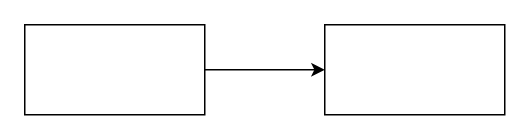
Above: Untitled Diagram.drawio in kaylves/diagram (draw.io), before the change. Source tidied: cells renumbered, new cells numbered last; positions are measured from the earlier drawing's top-left corner, leaving out a move shared by most shapes. Both pictures are drawn from the tidied source at 150%, with x=0, y=0 at pixel (24, 24).
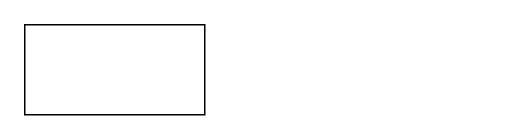
The same page after the edit.

Change to the diagram source:
```diff
@@
 <mxGraphModel>
   <root>
     <mxCell id="0" />
     <mxCell id="1" parent="0" />
-    <mxCell id="2" style="edgeStyle=orthogonalEdgeStyle;rounded=0;jettySize=auto;html=1;entryX=0;entryY=0.5;entryDx=0;entryDy=0;" parent="1" edge="1" source="3" target="4">
-      <mxGeometry relative="1" as="geometry" />
-    </mxCell>
     <mxCell id="3" style="rounded=0;whiteSpace=wrap;html=1;" parent="1" vertex="1">
       <mxGeometry width="120" height="60" as="geometry" />
     </mxCell>
-    <mxCell id="4" style="rounded=0;whiteSpace=wrap;html=1;" parent="1" vertex="1">
-      <mxGeometry x="200" width="120" height="60" as="geometry" />
-    </mxCell>
   </root>
 </mxGraphModel>
```
